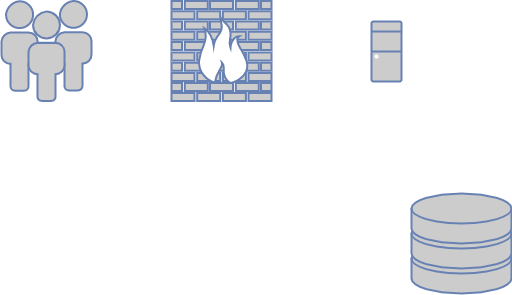
Before: Untitled Diagram.drawio.png, a diagram exported from draw.io (songyibo2019/mydiagrams). Source tidied: cells renumbered, new cells last; positions are measured from the earlier drawing's top-left corner, leaving out a move shared by most shapes. The source it was exported from:
```xml
<mxGraphModel>
  <root>
    <mxCell id="0" />
    <mxCell id="1" parent="0" />
    <mxCell id="2" style="fontColor=#0066CC;verticalAlign=top;verticalLabelPosition=bottom;labelPosition=center;align=center;html=1;fillColor=#CCCCCC;strokeColor=#6881B3;gradientColor=none;gradientDirection=north;strokeWidth=2;shape=mxgraph.networks.firewall;" parent="1" vertex="1">
      <mxGeometry x="170" y="0.5" width="100" height="100" as="geometry" />
    </mxCell>
    <mxCell id="3" style="fontColor=#0066CC;verticalAlign=top;verticalLabelPosition=bottom;labelPosition=center;align=center;html=1;outlineConnect=0;fillColor=#CCCCCC;strokeColor=#6881B3;gradientColor=none;gradientDirection=north;strokeWidth=2;shape=mxgraph.networks.storage;" parent="1" vertex="1">
      <mxGeometry x="410" y="193" width="100" height="100" as="geometry" />
    </mxCell>
    <mxCell id="4" style="fontColor=#0066CC;verticalAlign=top;verticalLabelPosition=bottom;labelPosition=center;align=center;html=1;outlineConnect=0;fillColor=#CCCCCC;strokeColor=#6881B3;gradientColor=none;gradientDirection=north;strokeWidth=2;shape=mxgraph.networks.desktop_pc;" parent="1" vertex="1">
      <mxGeometry x="370" y="21" width="30" height="60" as="geometry" />
    </mxCell>
    <mxCell id="5" style="fontColor=#0066CC;verticalAlign=top;verticalLabelPosition=bottom;labelPosition=center;align=center;html=1;fillColor=#CCCCCC;strokeColor=#6881B3;gradientColor=none;gradientDirection=north;strokeWidth=2;shape=mxgraph.networks.users;" parent="1" vertex="1">
      <mxGeometry y="0.5" width="90" height="100" as="geometry" />
    </mxCell>
  </root>
</mxGraphModel>
```
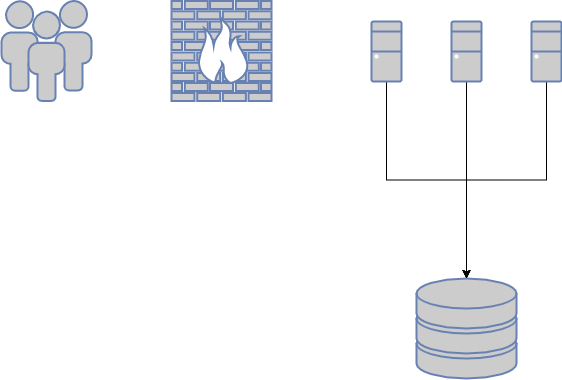
The same diagram one commit later.

Diff of the diagram source:
```diff
@@ -6,13 +6,30 @@
       <mxGeometry x="170" y="0.5" width="100" height="100" as="geometry" />
     </mxCell>
     <mxCell id="3" style="fontColor=#0066CC;verticalAlign=top;verticalLabelPosition=bottom;labelPosition=center;align=center;html=1;outlineConnect=0;fillColor=#CCCCCC;strokeColor=#6881B3;gradientColor=none;gradientDirection=north;strokeWidth=2;shape=mxgraph.networks.storage;" parent="1" vertex="1">
-      <mxGeometry x="410" y="193" width="100" height="100" as="geometry" />
+      <mxGeometry x="415" y="278" width="100" height="100" as="geometry" />
     </mxCell>
+    <mxCell id="6" style="edgeStyle=orthogonalEdgeStyle;rounded=0;jettySize=auto;html=1;exitX=0.5;exitY=1;exitDx=0;exitDy=0;exitPerimeter=0;entryX=0.5;entryY=0;entryDx=0;entryDy=0;entryPerimeter=0;" parent="1" edge="1" source="4" target="3">
+      <mxGeometry relative="1" as="geometry" />
+    </mxCell>
     <mxCell id="4" style="fontColor=#0066CC;verticalAlign=top;verticalLabelPosition=bottom;labelPosition=center;align=center;html=1;outlineConnect=0;fillColor=#CCCCCC;strokeColor=#6881B3;gradientColor=none;gradientDirection=north;strokeWidth=2;shape=mxgraph.networks.desktop_pc;" parent="1" vertex="1">
       <mxGeometry x="370" y="21" width="30" height="60" as="geometry" />
     </mxCell>
     <mxCell id="5" style="fontColor=#0066CC;verticalAlign=top;verticalLabelPosition=bottom;labelPosition=center;align=center;html=1;fillColor=#CCCCCC;strokeColor=#6881B3;gradientColor=none;gradientDirection=north;strokeWidth=2;shape=mxgraph.networks.users;" parent="1" vertex="1">
       <mxGeometry y="0.5" width="90" height="100" as="geometry" />
     </mxCell>
+    <mxCell id="7" style="edgeStyle=orthogonalEdgeStyle;rounded=0;jettySize=auto;html=1;exitX=0.5;exitY=1;exitDx=0;exitDy=0;exitPerimeter=0;" parent="1" edge="1" source="8">
+      <mxGeometry relative="1" as="geometry">
+        <mxPoint x="465" y="278" as="targetPoint" />
+      </mxGeometry>
+    </mxCell>
+    <mxCell id="8" style="fontColor=#0066CC;verticalAlign=top;verticalLabelPosition=bottom;labelPosition=center;align=center;html=1;outlineConnect=0;fillColor=#CCCCCC;strokeColor=#6881B3;gradientColor=none;gradientDirection=north;strokeWidth=2;shape=mxgraph.networks.desktop_pc;" parent="1" vertex="1">
+      <mxGeometry x="450" y="21" width="30" height="60" as="geometry" />
+    </mxCell>
+    <mxCell id="9" style="edgeStyle=orthogonalEdgeStyle;rounded=0;jettySize=auto;html=1;exitX=0.5;exitY=1;exitDx=0;exitDy=0;exitPerimeter=0;entryX=0.5;entryY=0;entryDx=0;entryDy=0;entryPerimeter=0;" parent="1" edge="1" source="10" target="3">
+      <mxGeometry relative="1" as="geometry" />
+    </mxCell>
+    <mxCell id="10" style="fontColor=#0066CC;verticalAlign=top;verticalLabelPosition=bottom;labelPosition=center;align=center;html=1;outlineConnect=0;fillColor=#CCCCCC;strokeColor=#6881B3;gradientColor=none;gradientDirection=north;strokeWidth=2;shape=mxgraph.networks.desktop_pc;" parent="1" vertex="1">
+      <mxGeometry x="530" y="21" width="30" height="60" as="geometry" />
+    </mxCell>
   </root>
 </mxGraphModel>
```
